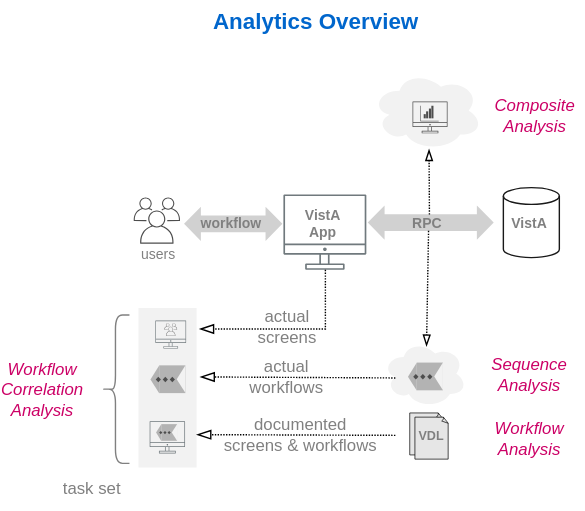
This is img/analytics-composite.svg from cloudvista/vaa, a draw.io export, as it was before one commit. Source tidied: cells renumbered, new cells last; positions are measured from the earlier drawing's top-left corner, leaving out a move shared by most shapes.
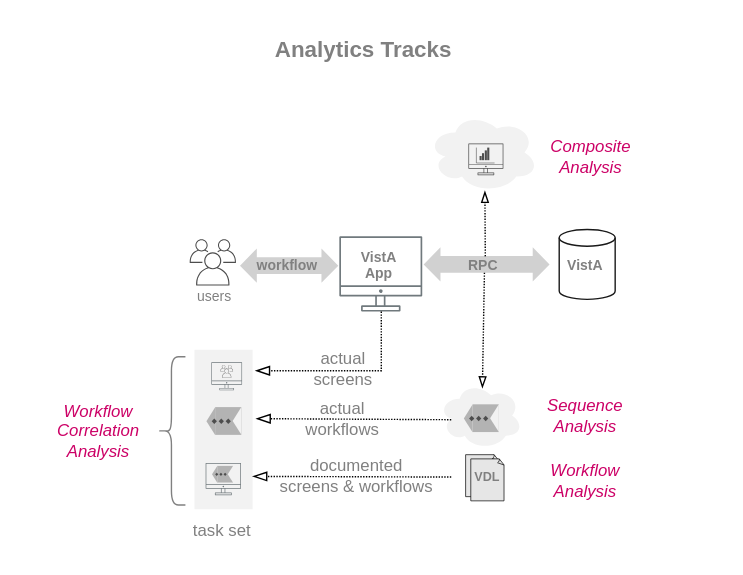
The same diagram one commit later.

Diff of the diagram source:
```diff
@@ -2,6 +2,9 @@
   <root>
     <mxCell id="0" />
     <mxCell id="1" parent="0" />
+    <mxCell id="64" style="rounded=1;whiteSpace=wrap;html=1;strokeColor=none;" parent="1" vertex="1">
+      <mxGeometry x="-40" y="-30" width="530" height="410" as="geometry" />
+    </mxCell>
     <mxCell id="2" style="ellipse;shape=cloud;whiteSpace=wrap;html=1;shadow=0;sketch=0;fillStyle=solid;strokeColor=none;strokeWidth=0.4;fontSize=10;fillColor=#F2F2F2;gradientColor=none;" parent="1" vertex="1">
       <mxGeometry x="273" y="242.5" width="60" height="48" as="geometry" />
     </mxCell>
@@ -68,7 +71,7 @@
       <mxGeometry x="157" y="301.5" width="115" height="16" as="geometry" />
     </mxCell>
     <mxCell id="20" value="task set" style="text;strokeColor=none;align=center;fillColor=none;html=1;verticalAlign=middle;whiteSpace=wrap;rounded=0;fontColor=#808080;" parent="1" vertex="1">
-      <mxGeometry x="33.6" y="333.5" width="63.3" height="30" as="geometry" />
+      <mxGeometry x="86.8" y="333.5" width="63.3" height="30" as="geometry" />
     </mxCell>
     <mxCell id="21" style="gradientColor=none;fontColor=#545B64;strokeColor=none;fillColor=#70797D;dashed=0;verticalLabelPosition=bottom;verticalAlign=top;align=center;html=1;fontSize=12;fontStyle=0;shape=mxgraph.aws4.illustration_desktop;shadow=0;fillStyle=solid;" parent="1" vertex="1">
       <mxGeometry x="106.4" y="300.5" width="25.3" height="23" as="geometry" />
@@ -214,8 +217,8 @@
         <mxPoint x="300" y="86" as="targetPoint" />
       </mxGeometry>
     </mxCell>
-    <mxCell id="63" value="&lt;font color=&quot;#0066cc&quot;&gt;&lt;span style=&quot;font-size: 16px;&quot;&gt;&lt;b&gt;Analytics Overview&lt;/b&gt;&lt;/span&gt;&lt;/font&gt;" style="text;html=1;align=center;verticalAlign=middle;strokeColor=none;fillColor=none;" parent="1" vertex="1">
-      <mxGeometry x="140" width="170" height="30" as="geometry" />
-    </mxCell>
+    <mxCell id="65" value="&lt;font style=&quot;font-size: 16px;&quot;&gt;&lt;b style=&quot;&quot;&gt;Analytics Tracks&lt;/b&gt;&lt;/font&gt;" style="text;html=1;align=center;verticalAlign=middle;strokeColor=none;fillColor=none;fontColor=#808080;" parent="1" vertex="1">
+      <mxGeometry x="144.3" y="-10" width="150" height="30" as="geometry" />
+    </mxCell>
   </root>
 </mxGraphModel>
```
